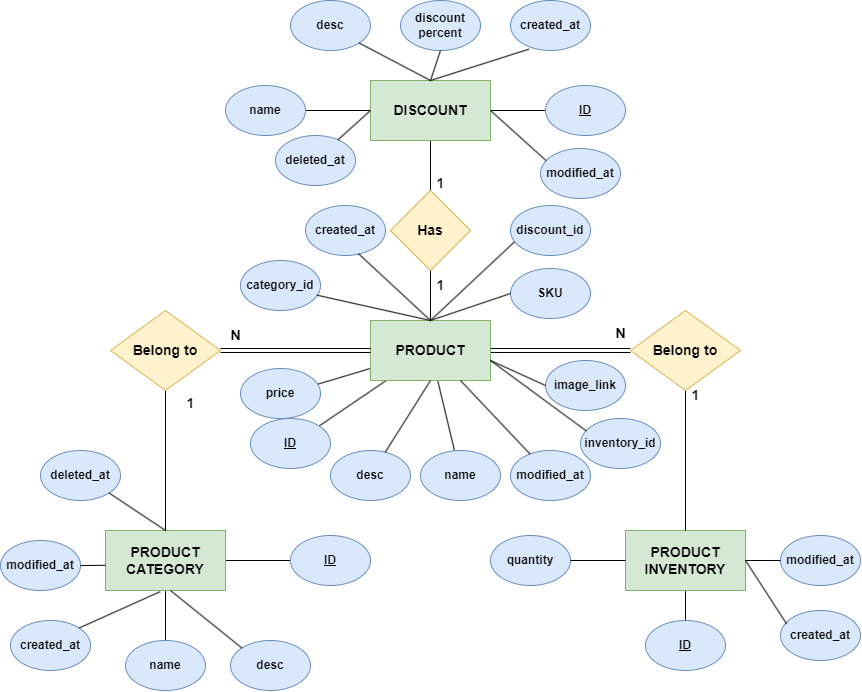
This is images/hieu/chap-3/database-diagram.png from LittleLegend-Pengiun/thesis-ecommerce-k8s, a draw.io export, as it was before one commit. Source tidied: cells renumbered, new cells last; positions are measured from the earlier drawing's top-left corner, leaving out a move shared by most shapes.
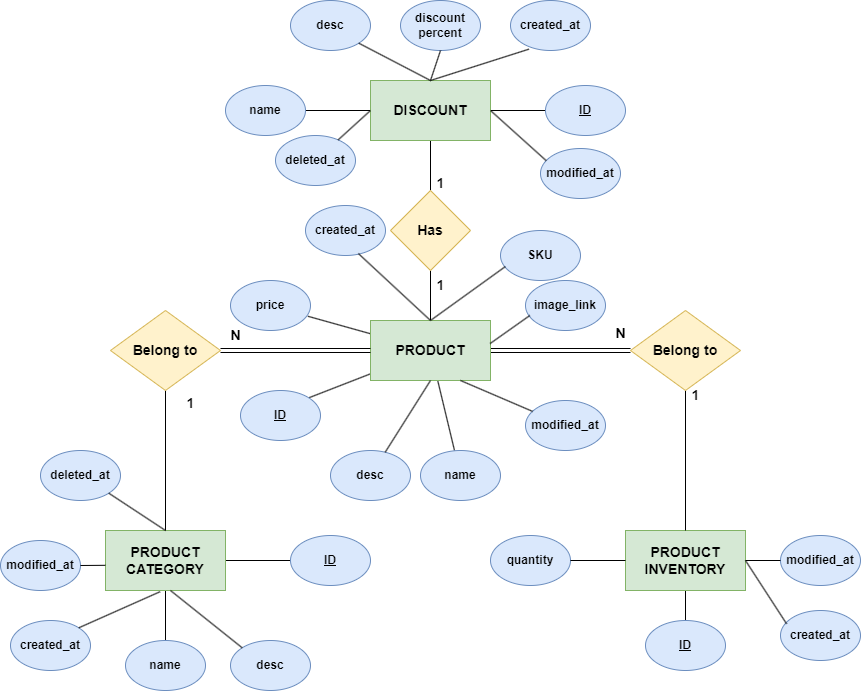
The same diagram one commit later.

Diff of the diagram source:
```diff
@@ -14,7 +14,7 @@
     <mxCell id="5" style="rounded=0;jettySize=auto;html=1;endArrow=none;endFill=0;fontStyle=1;" parent="1" edge="1" source="7" target="34">
       <mxGeometry relative="1" as="geometry" />
     </mxCell>
-    <mxCell id="6" style="rounded=0;jettySize=auto;html=1;entryX=0.945;entryY=0.324;entryDx=0;entryDy=0;entryPerimeter=0;endArrow=none;endFill=0;" parent="1" edge="1" source="7" target="40">
+    <mxCell id="6" style="rounded=0;jettySize=auto;html=1;entryX=0.967;entryY=0.715;entryDx=0;entryDy=0;entryPerimeter=0;endArrow=none;endFill=0;" parent="1" edge="1" source="7" target="40">
       <mxGeometry relative="1" as="geometry" />
     </mxCell>
     <mxCell id="7" value="PRODUCT" style="rounded=0;whiteSpace=wrap;html=1;fontStyle=1;fontSize=14;fillColor=#d5e8d4;strokeColor=#82b366;" parent="1" vertex="1">
@@ -96,7 +96,7 @@
       <mxGeometry x="225" y="85" width="80" height="50" as="geometry" />
     </mxCell>
     <mxCell id="33" value="&lt;u&gt;ID&lt;/u&gt;" style="ellipse;whiteSpace=wrap;html=1;fontStyle=1;fillColor=#dae8fc;strokeColor=#6c8ebf;" parent="1" vertex="1">
-      <mxGeometry x="250" y="418" width="80" height="50" as="geometry" />
+      <mxGeometry x="240" y="390" width="80" height="50" as="geometry" />
     </mxCell>
     <mxCell id="34" value="name" style="ellipse;whiteSpace=wrap;html=1;fontStyle=1;fillColor=#dae8fc;strokeColor=#6c8ebf;" parent="1" vertex="1">
       <mxGeometry x="420" y="450" width="80" height="50" as="geometry" />
@@ -108,28 +108,19 @@
       <mxGeometry x="330" y="450" width="80" height="50" as="geometry" />
     </mxCell>
     <mxCell id="37" value="SKU" style="ellipse;whiteSpace=wrap;html=1;fontStyle=1;fillColor=#dae8fc;strokeColor=#6c8ebf;" parent="1" vertex="1">
-      <mxGeometry x="510" y="268" width="80" height="50" as="geometry" />
+      <mxGeometry x="500" y="230" width="80" height="50" as="geometry" />
     </mxCell>
-    <mxCell id="38" value="category_id" style="ellipse;whiteSpace=wrap;html=1;fontStyle=1;fillColor=#dae8fc;strokeColor=#6c8ebf;" parent="1" vertex="1">
-      <mxGeometry x="240" y="260" width="80" height="50" as="geometry" />
-    </mxCell>
-    <mxCell id="39" value="inventory_id" style="ellipse;whiteSpace=wrap;html=1;fontStyle=1;fillColor=#dae8fc;strokeColor=#6c8ebf;" parent="1" vertex="1">
-      <mxGeometry x="580" y="418" width="80" height="50" as="geometry" />
-    </mxCell>
     <mxCell id="40" value="price" style="ellipse;whiteSpace=wrap;html=1;fontStyle=1;fillColor=#dae8fc;strokeColor=#6c8ebf;" parent="1" vertex="1">
-      <mxGeometry x="240" y="368" width="80" height="50" as="geometry" />
+      <mxGeometry x="230" y="280" width="80" height="50" as="geometry" />
     </mxCell>
-    <mxCell id="41" value="discount_id" style="ellipse;whiteSpace=wrap;html=1;fontStyle=1;fillColor=#dae8fc;strokeColor=#6c8ebf;" parent="1" vertex="1">
-      <mxGeometry x="510" y="205" width="80" height="50" as="geometry" />
-    </mxCell>
     <mxCell id="42" value="created_at" style="ellipse;whiteSpace=wrap;html=1;fontStyle=1;fillColor=#dae8fc;strokeColor=#6c8ebf;" parent="1" vertex="1">
       <mxGeometry x="305" y="205" width="80" height="50" as="geometry" />
     </mxCell>
     <mxCell id="43" value="modified_at" style="ellipse;whiteSpace=wrap;html=1;fontStyle=1;fillColor=#dae8fc;strokeColor=#6c8ebf;" parent="1" vertex="1">
-      <mxGeometry x="510" y="450" width="80" height="50" as="geometry" />
+      <mxGeometry x="525" y="400" width="80" height="50" as="geometry" />
     </mxCell>
     <mxCell id="44" value="image_link" style="ellipse;whiteSpace=wrap;html=1;fontStyle=1;fillColor=#dae8fc;strokeColor=#6c8ebf;" parent="1" vertex="1">
-      <mxGeometry x="545" y="360" width="80" height="50" as="geometry" />
+      <mxGeometry x="525" y="280" width="80" height="50" as="geometry" />
     </mxCell>
     <mxCell id="45" style="rounded=0;jettySize=auto;html=1;endArrow=none;endFill=0;fontStyle=1;exitX=0.5;exitY=1;exitDx=0;exitDy=0;" parent="1" edge="1" source="7" target="36">
       <mxGeometry relative="1" as="geometry" />
@@ -137,26 +128,13 @@
     <mxCell id="46" style="rounded=0;jettySize=auto;html=1;endArrow=none;endFill=0;fontStyle=1;exitX=0.75;exitY=1;exitDx=0;exitDy=0;" parent="1" edge="1" source="7" target="43">
       <mxGeometry relative="1" as="geometry" />
     </mxCell>
-    <mxCell id="47" style="rounded=0;jettySize=auto;html=1;endArrow=none;endFill=0;fontStyle=1;entryX=0;entryY=0.5;entryDx=0;entryDy=0;" parent="1" edge="1" target="44">
-      <mxGeometry relative="1" as="geometry">
-        <mxPoint x="490" y="360" as="sourcePoint" />
-      </mxGeometry>
+    <mxCell id="47" style="rounded=0;jettySize=auto;html=1;endArrow=none;endFill=0;fontStyle=1;entryX=0.054;entryY=0.7;entryDx=0;entryDy=0;exitX=0.997;exitY=0.384;exitDx=0;exitDy=0;exitPerimeter=0;entryPerimeter=0;" parent="1" edge="1" source="7" target="44">
+      <mxGeometry relative="1" as="geometry" />
     </mxCell>
-    <mxCell id="48" style="rounded=0;jettySize=auto;html=1;endArrow=none;endFill=0;fontStyle=1;entryX=0.073;entryY=0.249;entryDx=0;entryDy=0;entryPerimeter=0;" parent="1" edge="1" target="39">
-      <mxGeometry relative="1" as="geometry">
-        <mxPoint x="490" y="360" as="sourcePoint" />
-      </mxGeometry>
-    </mxCell>
-    <mxCell id="49" style="rounded=0;jettySize=auto;html=1;endArrow=none;endFill=0;fontStyle=1;exitX=0.954;exitY=0.693;exitDx=0;exitDy=0;exitPerimeter=0;entryX=0.5;entryY=0;entryDx=0;entryDy=0;" parent="1" edge="1" source="38" target="7">
-      <mxGeometry relative="1" as="geometry" />
-    </mxCell>
     <mxCell id="50" style="rounded=0;jettySize=auto;html=1;endArrow=none;endFill=0;fontStyle=1;exitX=0.661;exitY=0.961;exitDx=0;exitDy=0;exitPerimeter=0;entryX=0.5;entryY=0;entryDx=0;entryDy=0;" parent="1" edge="1" source="42" target="7">
       <mxGeometry relative="1" as="geometry" />
     </mxCell>
-    <mxCell id="51" style="rounded=0;jettySize=auto;html=1;endArrow=none;endFill=0;fontStyle=1;exitX=0.047;exitY=0.732;exitDx=0;exitDy=0;exitPerimeter=0;entryX=0.5;entryY=0;entryDx=0;entryDy=0;" parent="1" edge="1" source="41" target="7">
-      <mxGeometry relative="1" as="geometry" />
-    </mxCell>
-    <mxCell id="52" style="rounded=0;jettySize=auto;html=1;endArrow=none;endFill=0;fontStyle=1;entryX=0;entryY=0.5;entryDx=0;entryDy=0;" parent="1" edge="1" target="37">
+    <mxCell id="52" style="rounded=0;jettySize=auto;html=1;endArrow=none;endFill=0;fontStyle=1;entryX=0.061;entryY=0.721;entryDx=0;entryDy=0;entryPerimeter=0;" parent="1" edge="1" target="37">
       <mxGeometry relative="1" as="geometry">
         <mxPoint x="430" y="320" as="sourcePoint" />
       </mxGeometry>
```
